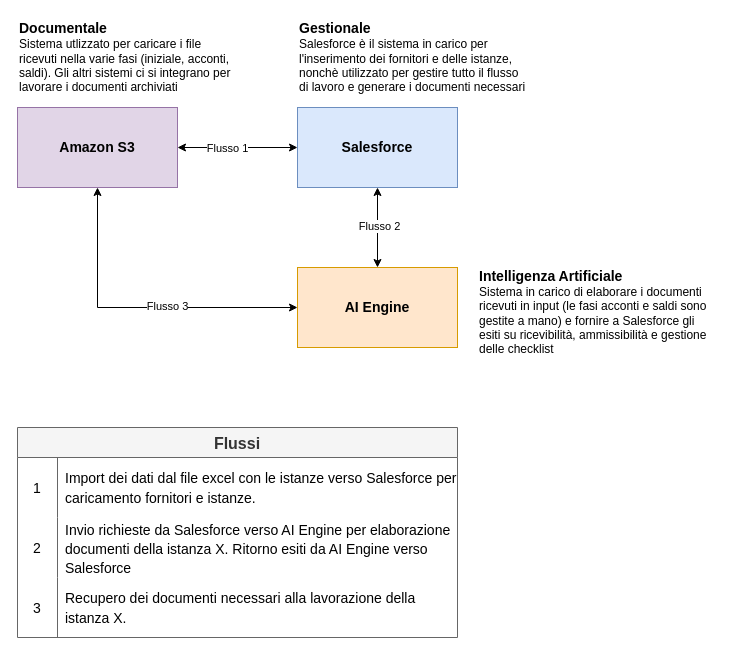
Before: page "HighLevel" (1 of 3) of Regione_Sicilia_Istruzione_Architettura.drawio in dortolani/drawio, a draw.io diagram. Source tidied: cells renumbered, new cells numbered last; positions are measured from the earlier drawing's top-left corner, leaving out a move shared by most shapes. Both pictures are drawn from the tidied source at 100%, with x=0, y=0 at pixel (17, 17).
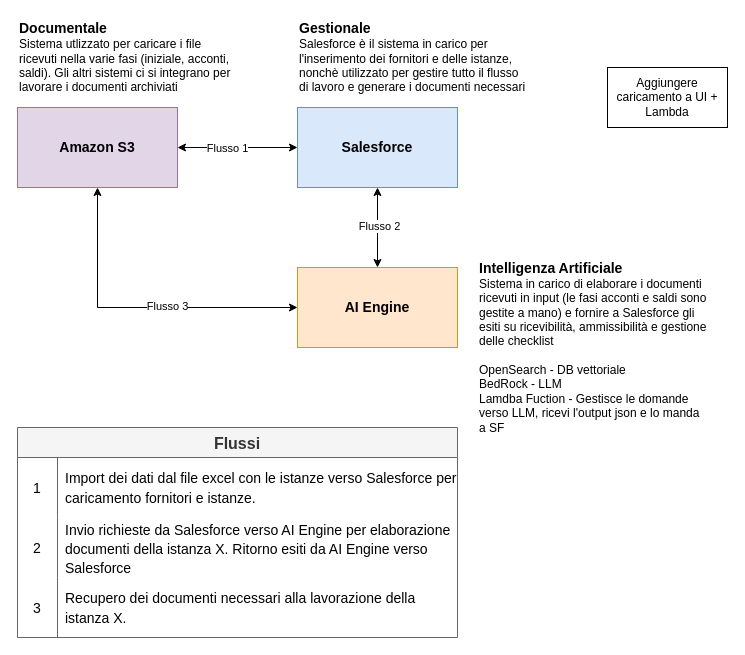
The same diagram, later.

Change to the diagram source:
```diff
@@
-    <mxCell id="13" value="&lt;div&gt;&lt;span style=&quot;font-size: 14px;&quot;&gt;&lt;b&gt;Intelligenza Artificiale&lt;/b&gt;&lt;/span&gt;&lt;/div&gt;&lt;div&gt;Sistema in carico di elaborare i documenti ricevuti in input (le fasi acconti e saldi sono gestite a mano) e fornire a Salesforce gli esiti su ricevibilità, ammissibilità e gestione delle checklist&lt;/div&gt;" style="text;html=1;align=left;verticalAlign=middle;whiteSpace=wrap;rounded=0;" parent="1" vertex="1">
-      <mxGeometry x="460" y="250" width="230" height="90" as="geometry" />
+    <mxCell id="13" value="&lt;div&gt;&lt;span style=&quot;font-size: 14px;&quot;&gt;&lt;b&gt;Intelligenza Artificiale&lt;/b&gt;&lt;/span&gt;&lt;/div&gt;&lt;div&gt;Sistema in carico di elaborare i documenti ricevuti in input (le fasi acconti e saldi sono gestite a mano) e fornire a Salesforce gli esiti su ricevibilità, ammissibilità e gestione delle checklist&lt;/div&gt;&lt;div&gt;&lt;br&gt;&lt;/div&gt;&lt;div&gt;OpenSearch - DB vettoriale&lt;/div&gt;&lt;div&gt;BedRock - LLM&lt;/div&gt;&lt;div&gt;Lamdba Fuction - Gestisce le domande verso LLM, ricevi l'output json e lo manda a SF&lt;/div&gt;" style="text;html=1;align=left;verticalAlign=middle;whiteSpace=wrap;rounded=0;" parent="1" vertex="1">
+      <mxGeometry x="460" y="250" width="230" height="160" as="geometry" />
     </mxCell>
@@
+    <mxCell id="24" value="Aggiungere caricamento a UI + Lambda" style="rounded=0;whiteSpace=wrap;html=1;" parent="1" vertex="1">
+      <mxGeometry x="590" y="50" width="120" height="60" as="geometry" />
+    </mxCell>
```
